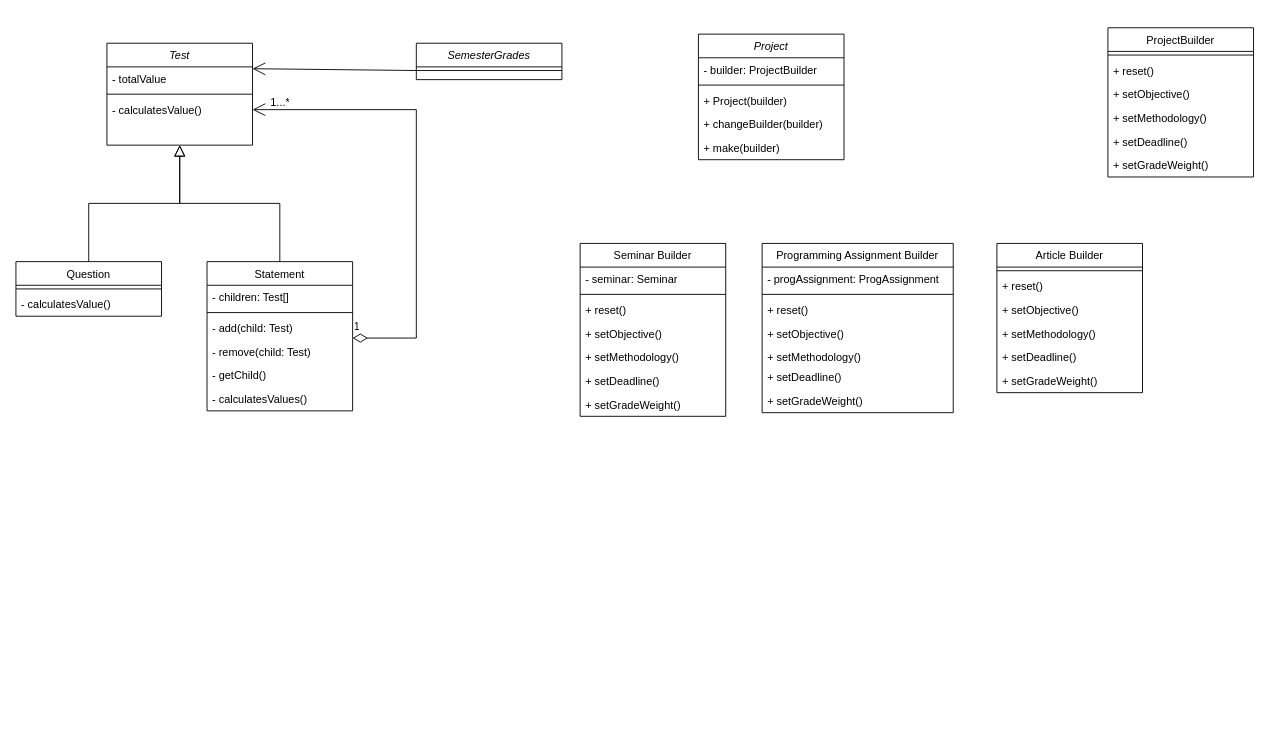
Before: 6th_POO_MAC0413/26_10.drawio in sabrizzs/hello-world, a draw.io diagram. Source tidied: cells renumbered, new cells numbered last; positions are measured from the earlier drawing's top-left corner, leaving out a move shared by most shapes. Both pictures are drawn from the tidied source at 91%, with x=0, y=0 at pixel (15, 27).
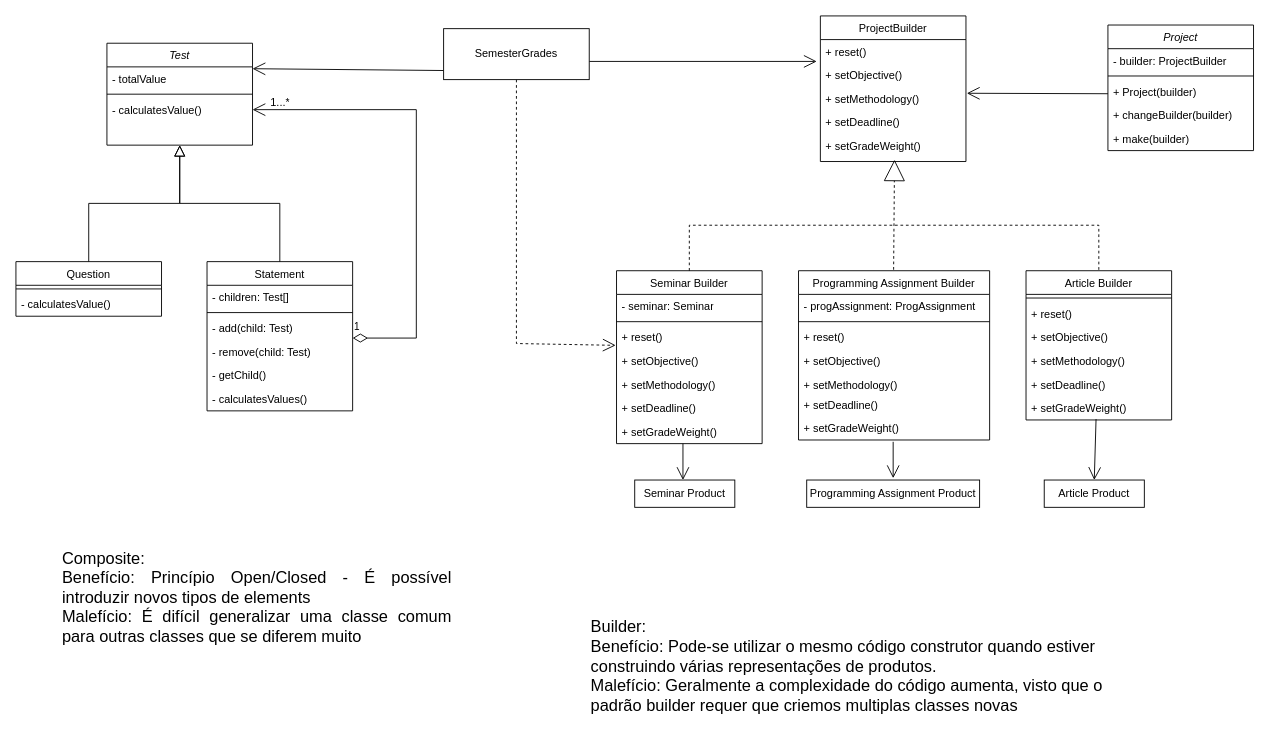
The same page after the edit.

The change refers to these unchanged cells:
```xml
<mxCell id="2" value="Test" style="swimlane;fontStyle=2;align=center;verticalAlign=top;horizontal=1;startSize=26;rounded=0;shadow=0;strokeWidth=1;" parent="1" vertex="1">
  <mxGeometry x="100" y="17" width="160" height="112" as="geometry" />
</mxCell>
<mxCell id="40" value="+ setObjective()" style="text;align=left;verticalAlign=top;spacingLeft=4;spacingRight=4;overflow=hidden;points=[[0,0.5],[1,0.5]];portConstraint=eastwest;" parent="36" vertex="1">
  <mxGeometry y="86" width="160" height="26" as="geometry" />
</mxCell>
<mxCell id="58" value="+ setGradeWeight()" style="text;strokeColor=none;fillColor=none;align=left;verticalAlign=top;spacingLeft=4;spacingRight=4;overflow=hidden;points=[[0,0.5],[1,0.5]];portConstraint=eastwest;whiteSpace=wrap;html=1;" parent="52" vertex="1">
  <mxGeometry y="138" width="160" height="26" as="geometry" />
</mxCell>
```

Diff of the diagram source:
```diff
@@
-    <mxCell id="18" value="SemesterGrades" style="swimlane;fontStyle=2;align=center;verticalAlign=top;horizontal=1;startSize=26;rounded=0;shadow=0;strokeWidth=1;" parent="1" vertex="1">
-      <mxGeometry x="440" y="17" width="160" height="40" as="geometry" />
-    </mxCell>
-    <mxCell id="19" style="line;html=1;strokeWidth=1;align=left;verticalAlign=middle;spacingTop=-1;spacingLeft=3;spacingRight=3;labelPosition=right;" parent="18" vertex="1">
-      <mxGeometry y="26" width="160" height="8" as="geometry" />
-    </mxCell>
@@
-    <mxCell id="21" style="endArrow=open;endFill=1;endSize=12;html=1;rounded=0;entryX=1;entryY=0.25;entryDx=0;entryDy=0;exitX=0;exitY=0.75;exitDx=0;exitDy=0;" parent="1" edge="1" source="18" target="2">
-      <mxGeometry relative="1" as="geometry" />
+    <mxCell id="21" style="endArrow=open;endFill=1;endSize=12;html=1;rounded=0;entryX=1;entryY=0.25;entryDx=0;entryDy=0;exitX=0;exitY=0.75;exitDx=0;exitDy=0;" parent="1" edge="1" target="2">
+      <mxGeometry relative="1" as="geometry">
+        <mxPoint x="470" y="47" as="sourcePoint" />
+      </mxGeometry>
     </mxCell>
@@
     <mxCell id="23" value="ProjectBuilder" style="swimlane;fontStyle=0;align=center;verticalAlign=top;horizontal=1;startSize=26;rounded=0;shadow=0;strokeWidth=1;" parent="1" vertex="1">
-      <mxGeometry x="1200" width="160" height="164" as="geometry" />
+      <mxGeometry x="884" y="-13" width="160" height="160" as="geometry" />
     </mxCell>
-    <mxCell id="24" style="line;html=1;strokeWidth=1;align=left;verticalAlign=middle;spacingTop=-1;spacingLeft=3;spacingRight=3;labelPosition=right;" parent="23" vertex="1">
-      <mxGeometry y="26" width="160" height="8" as="geometry" />
-    </mxCell>
     <mxCell id="25" value="+ reset()" style="text;align=left;verticalAlign=top;spacingLeft=4;spacingRight=4;overflow=hidden;" parent="23" vertex="1">
-      <mxGeometry y="34" width="160" height="26" as="geometry" />
+      <mxGeometry y="26" width="160" height="26" as="geometry" />
     </mxCell>
     <mxCell id="26" value="+ setObjective()" style="text;align=left;verticalAlign=top;spacingLeft=4;spacingRight=4;overflow=hidden;" parent="23" vertex="1">
-      <mxGeometry y="60" width="160" height="26" as="geometry" />
+      <mxGeometry y="52" width="160" height="26" as="geometry" />
     </mxCell>
     <mxCell id="27" value="+ setMethodology()" style="text;align=left;verticalAlign=top;spacingLeft=4;spacingRight=4;overflow=hidden;points=[[0,0.5],[1,0.5]];portConstraint=eastwest;" parent="23" vertex="1">
-      <mxGeometry y="86" width="160" height="26" as="geometry" />
+      <mxGeometry y="78" width="160" height="26" as="geometry" />
     </mxCell>
     <mxCell id="28" value="+ setDeadline()" style="text;align=left;verticalAlign=top;spacingLeft=4;spacingRight=4;overflow=hidden;" parent="23" vertex="1">
-      <mxGeometry y="112" width="160" height="26" as="geometry" />
+      <mxGeometry y="104" width="160" height="26" as="geometry" />
     </mxCell>
     <mxCell id="29" value="+ setGradeWeight()" style="text;strokeColor=none;fillColor=none;align=left;verticalAlign=top;spacingLeft=4;spacingRight=4;overflow=hidden;whiteSpace=wrap;html=1;" parent="23" vertex="1">
-      <mxGeometry y="138" width="160" height="26" as="geometry" />
+      <mxGeometry y="130" width="160" height="26" as="geometry" />
     </mxCell>
     <mxCell id="30" value="Project" style="swimlane;fontStyle=2;align=center;verticalAlign=top;horizontal=1;startSize=26;rounded=0;shadow=0;strokeWidth=1;" parent="1" vertex="1">
-      <mxGeometry x="750" y="7" width="160" height="138" as="geometry" />
+      <mxGeometry x="1200" y="-3" width="160" height="138" as="geometry" />
     </mxCell>
@@
     <mxCell id="36" value="Seminar Builder" style="swimlane;fontStyle=0;align=center;verticalAlign=top;horizontal=1;startSize=26;rounded=0;shadow=0;strokeWidth=1;" parent="1" vertex="1">
-      <mxGeometry x="620" y="237" width="160" height="190" as="geometry" />
+      <mxGeometry x="660" y="267" width="160" height="190" as="geometry" />
     </mxCell>
@@
     <mxCell id="44" value="Programming Assignment Builder" style="swimlane;fontStyle=0;align=center;verticalAlign=top;horizontal=1;startSize=26;rounded=0;shadow=0;strokeWidth=1;" parent="1" vertex="1">
-      <mxGeometry x="820" y="237" width="210" height="186" as="geometry" />
+      <mxGeometry x="860" y="267" width="210" height="186" as="geometry" />
     </mxCell>
@@
     <mxCell id="52" value="Article Builder" style="swimlane;fontStyle=0;align=center;verticalAlign=top;horizontal=1;startSize=26;rounded=0;shadow=0;strokeWidth=1;" parent="1" vertex="1">
-      <mxGeometry x="1078" y="237" width="160" height="164" as="geometry" />
+      <mxGeometry x="1110" y="267" width="160" height="164" as="geometry" />
     </mxCell>
@@
+    <mxCell id="59" style="endArrow=block;dashed=1;endFill=0;endSize=21;html=1;rounded=0;strokeWidth=1;exitX=0.371;exitY=0.005;exitDx=0;exitDy=0;exitPerimeter=0;" parent="1" edge="1">
+      <mxGeometry relative="1" as="geometry">
+        <mxPoint x="964.5" y="265.9" as="sourcePoint" />
+        <mxPoint x="965.5" y="145" as="targetPoint" />
+      </mxGeometry>
+    </mxCell>
+    <mxCell id="60" style="endArrow=none;dashed=1;html=1;rounded=0;exitX=0.5;exitY=0;exitDx=0;exitDy=0;entryX=0.5;entryY=0;entryDx=0;entryDy=0;" parent="1" edge="1" source="36" target="52">
+      <mxGeometry relative="1" as="geometry">
+        <Array as="points">
+          <mxPoint x="740" y="217" />
+          <mxPoint x="1190" y="217" />
+        </Array>
+      </mxGeometry>
+    </mxCell>
+    <mxCell id="61" style="endArrow=open;endFill=1;endSize=12;html=1;rounded=0;entryX=1.006;entryY=0.269;entryDx=0;entryDy=0;entryPerimeter=0;" parent="1" edge="1" target="27">
+      <mxGeometry relative="1" as="geometry">
+        <mxPoint x="1200" y="72.5" as="sourcePoint" />
+      </mxGeometry>
+    </mxCell>
+    <mxCell id="62" value="Seminar Product" style="html=1;whiteSpace=wrap;" parent="1" vertex="1">
+      <mxGeometry x="680" y="497" width="110" height="30" as="geometry" />
+    </mxCell>
+    <mxCell id="63" value="Programming Assignment Product" style="html=1;whiteSpace=wrap;" parent="1" vertex="1">
+      <mxGeometry x="869" y="497" width="190" height="30" as="geometry" />
+    </mxCell>
+    <mxCell id="64" value="Article Product" style="html=1;whiteSpace=wrap;" parent="1" vertex="1">
+      <mxGeometry x="1130" y="497" width="110" height="30" as="geometry" />
+    </mxCell>
+    <mxCell id="65" style="endArrow=open;endFill=1;endSize=12;html=1;rounded=0;" parent="1" edge="1">
+      <mxGeometry relative="1" as="geometry">
+        <mxPoint x="733" y="457" as="sourcePoint" />
+        <mxPoint x="733" y="497" as="targetPoint" />
+      </mxGeometry>
+    </mxCell>
+    <mxCell id="66" style="endArrow=open;endFill=1;endSize=12;html=1;rounded=0;" parent="1" edge="1">
+      <mxGeometry relative="1" as="geometry">
+        <mxPoint x="964" y="455" as="sourcePoint" />
+        <mxPoint x="964" y="495" as="targetPoint" />
+      </mxGeometry>
+    </mxCell>
+    <mxCell id="67" style="endArrow=open;endFill=1;endSize=12;html=1;rounded=0;entryX=0.5;entryY=0;entryDx=0;entryDy=0;exitX=0.481;exitY=0.962;exitDx=0;exitDy=0;exitPerimeter=0;" parent="1" edge="1" source="58" target="64">
+      <mxGeometry relative="1" as="geometry" />
+    </mxCell>
+    <mxCell id="68" style="endArrow=open;endFill=1;endSize=12;html=1;rounded=0;" parent="1" edge="1">
+      <mxGeometry relative="1" as="geometry">
+        <mxPoint x="630" y="37" as="sourcePoint" />
+        <mxPoint x="880" y="37" as="targetPoint" />
+      </mxGeometry>
+    </mxCell>
+    <mxCell id="69" style="endArrow=open;endSize=12;dashed=1;html=1;rounded=0;exitX=0.5;exitY=1;exitDx=0;exitDy=0;entryX=-0.006;entryY=-0.154;entryDx=0;entryDy=0;entryPerimeter=0;" parent="1" edge="1" target="40">
+      <mxGeometry relative="1" as="geometry">
+        <mxPoint x="550" y="57" as="sourcePoint" />
+        <Array as="points">
+          <mxPoint x="550" y="347" />
+        </Array>
+      </mxGeometry>
+    </mxCell>
+    <mxCell id="18" value="SemesterGrades" style="html=1;whiteSpace=wrap;" parent="1" vertex="1">
+      <mxGeometry x="470" y="1" width="160" height="56" as="geometry" />
+    </mxCell>
+    <mxCell id="70" value="&lt;div style=&quot;text-align: justify;&quot;&gt;&lt;span style=&quot;background-color: initial;&quot;&gt;&lt;font style=&quot;font-size: 18px;&quot;&gt;Composite:&lt;/font&gt;&lt;/span&gt;&lt;/div&gt;&lt;div style=&quot;text-align: justify;&quot;&gt;&lt;span style=&quot;background-color: initial;&quot;&gt;&lt;font style=&quot;font-size: 18px;&quot;&gt;Benefício: Princípio Open/Closed - É possível introduzir novos tipos de elements&lt;/font&gt;&lt;/span&gt;&lt;/div&gt;&lt;div style=&quot;text-align: justify;&quot;&gt;&lt;span style=&quot;background-color: initial;&quot;&gt;&lt;font style=&quot;font-size: 18px;&quot;&gt;Malefício: É difícil generalizar uma classe comum para outras classes que se diferem muito&lt;/font&gt;&lt;/span&gt;&lt;/div&gt;" style="text;html=1;strokeColor=none;fillColor=none;align=center;verticalAlign=middle;whiteSpace=wrap;rounded=0;" parent="1" vertex="1">
+      <mxGeometry x="50" y="567" width="430" height="120" as="geometry" />
+    </mxCell>
+    <mxCell id="71" value="&lt;font style=&quot;font-size: 18px;&quot;&gt;Builder:&lt;br&gt;Benefício: Pode-se utilizar o mesmo código construtor quando estiver construindo várias representações de produtos.&lt;br&gt;Malefício: Geralmente a complexidade do código aumenta, visto que o padrão builder requer que criemos multiplas classes novas&lt;/font&gt;" style="text;html=1;strokeColor=none;fillColor=none;align=left;verticalAlign=middle;whiteSpace=wrap;rounded=0;" parent="1" vertex="1">
+      <mxGeometry x="630" y="647" width="570" height="110" as="geometry" />
+    </mxCell>
```
